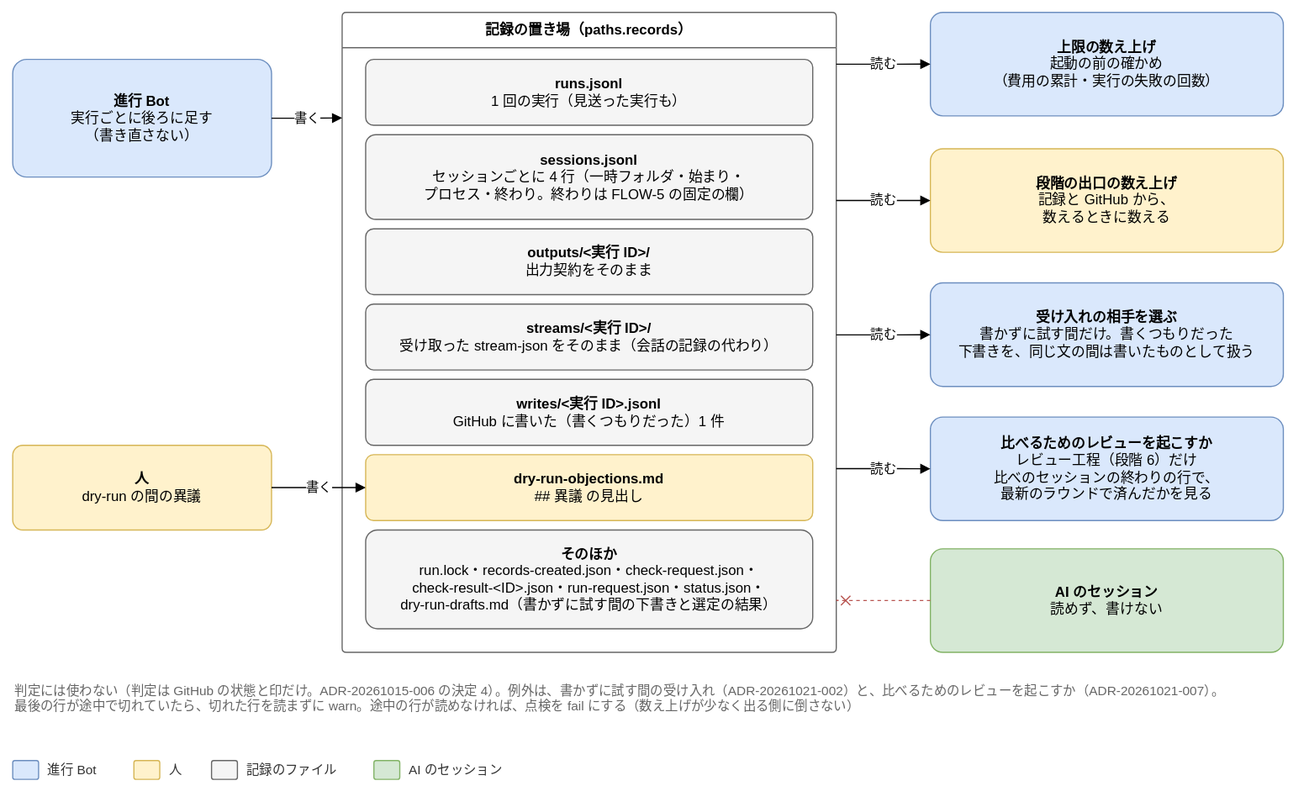
Above: docs/design/basic/diagrams/02-records.drawio.svg in Joymerrevent/dev-autopilot (draw.io), before the change. Source tidied: cells renumbered, new cells last; positions are measured from the earlier drawing's top-left corner, leaving out a move shared by most shapes.
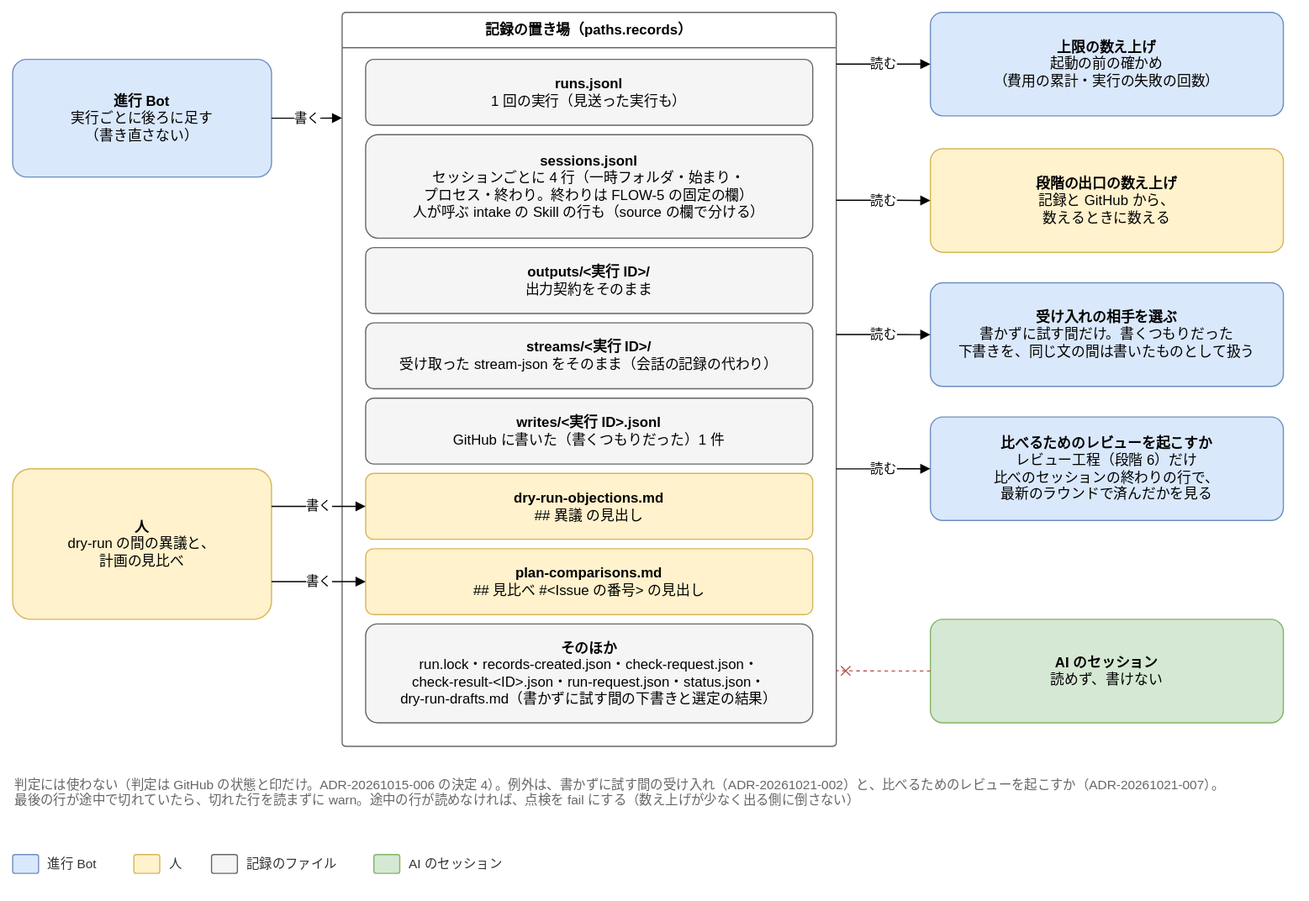
Later version of the same file.

What changed in the source:
```diff
@@ -5,34 +5,34 @@
     <mxCell id="2" value="&lt;b&gt;進行 Bot&lt;/b&gt;&lt;br&gt;実行ごとに後ろに足す&lt;br&gt;（書き直さない）" style="rounded=1;whiteSpace=wrap;html=1;fontSize=12;arcSize=12;spacing=12;fillColor=#dae8fc;strokeColor=#6c8ebf;" parent="1" vertex="1">
       <mxGeometry y="40" width="220" height="100" as="geometry" />
     </mxCell>
-    <mxCell id="3" value="&lt;b&gt;人&lt;/b&gt;&lt;br&gt;dry-run の間の異議" style="rounded=1;whiteSpace=wrap;html=1;fontSize=12;arcSize=12;spacing=12;fillColor=#fff2cc;strokeColor=#d6b656;" parent="1" vertex="1">
-      <mxGeometry y="368" width="220" height="72" as="geometry" />
+    <mxCell id="3" value="&lt;b&gt;人&lt;/b&gt;&lt;br&gt;dry-run の間の異議と、&lt;br&gt;計画の見比べ" style="rounded=1;whiteSpace=wrap;html=1;fontSize=12;arcSize=12;spacing=12;fillColor=#fff2cc;strokeColor=#d6b656;" parent="1" vertex="1">
+      <mxGeometry y="388" width="220" height="128" as="geometry" />
     </mxCell>
     <mxCell id="4" value="記録の置き場（paths.records）" style="swimlane;startSize=30;html=1;whiteSpace=wrap;rounded=1;arcSize=4;fontStyle=1;fontSize=12;strokeColor=#666666;fillColor=none;swimlaneFillColor=none;" parent="1" vertex="1">
-      <mxGeometry x="280" width="420" height="544" as="geometry" />
+      <mxGeometry x="280" width="420" height="624" as="geometry" />
     </mxCell>
     <mxCell id="5" value="&lt;b&gt;runs.jsonl&lt;/b&gt;&lt;br&gt;1 回の実行（見送った実行も）" style="rounded=1;whiteSpace=wrap;html=1;fontSize=12;arcSize=12;spacing=12;fillColor=#f5f5f5;strokeColor=#666666;" parent="1" vertex="1">
       <mxGeometry x="300" y="40" width="380" height="56" as="geometry" />
     </mxCell>
-    <mxCell id="6" value="&lt;b&gt;sessions.jsonl&lt;/b&gt;&lt;br&gt;セッションごとに 4 行（一時フォルダ・始まり・&lt;br&gt;プロセス・終わり。終わりは FLOW-5 の固定の欄）" style="rounded=1;whiteSpace=wrap;html=1;fontSize=12;arcSize=12;spacing=12;fillColor=#f5f5f5;strokeColor=#666666;" parent="1" vertex="1">
-      <mxGeometry x="300" y="104" width="380" height="72" as="geometry" />
+    <mxCell id="6" value="&lt;b&gt;sessions.jsonl&lt;/b&gt;&lt;br&gt;セッションごとに 4 行（一時フォルダ・始まり・&lt;br&gt;プロセス・終わり。終わりは FLOW-5 の固定の欄）&lt;br&gt;人が呼ぶ intake の Skill の行も（source の欄で分ける）" style="rounded=1;whiteSpace=wrap;html=1;fontSize=12;arcSize=12;spacing=12;fillColor=#f5f5f5;strokeColor=#666666;" parent="1" vertex="1">
+      <mxGeometry x="300" y="104" width="380" height="88" as="geometry" />
     </mxCell>
     <mxCell id="7" value="&lt;b&gt;outputs/&amp;lt;実行 ID&amp;gt;/&lt;/b&gt;&lt;br&gt;出力契約をそのまま" style="rounded=1;whiteSpace=wrap;html=1;fontSize=12;arcSize=12;spacing=12;fillColor=#f5f5f5;strokeColor=#666666;" parent="1" vertex="1">
-      <mxGeometry x="300" y="184" width="380" height="56" as="geometry" />
+      <mxGeometry x="300" y="200" width="380" height="56" as="geometry" />
     </mxCell>
     <mxCell id="8" value="&lt;b&gt;streams/&amp;lt;実行 ID&amp;gt;/&lt;/b&gt;&lt;br&gt;受け取った stream-json をそのまま（会話の記録の代わり）" style="rounded=1;whiteSpace=wrap;html=1;fontSize=12;arcSize=12;spacing=12;fillColor=#f5f5f5;strokeColor=#666666;" parent="1" vertex="1">
-      <mxGeometry x="300" y="248" width="380" height="56" as="geometry" />
+      <mxGeometry x="300" y="264" width="380" height="56" as="geometry" />
     </mxCell>
     <mxCell id="9" value="&lt;b&gt;writes/&amp;lt;実行 ID&amp;gt;.jsonl&lt;/b&gt;&lt;br&gt;GitHub に書いた（書くつもりだった）1 件" style="rounded=1;whiteSpace=wrap;html=1;fontSize=12;arcSize=12;spacing=12;fillColor=#f5f5f5;strokeColor=#666666;" parent="1" vertex="1">
-      <mxGeometry x="300" y="312" width="380" height="56" as="geometry" />
+      <mxGeometry x="300" y="328" width="380" height="56" as="geometry" />
     </mxCell>
     <mxCell id="10" value="&lt;b&gt;dry-run-objections.md&lt;/b&gt;&lt;br&gt;## 異議 の見出し" style="rounded=1;whiteSpace=wrap;html=1;fontSize=12;arcSize=12;spacing=12;fillColor=#fff2cc;strokeColor=#d6b656;" parent="1" vertex="1">
-      <mxGeometry x="300" y="376" width="380" height="56" as="geometry" />
+      <mxGeometry x="300" y="392" width="380" height="56" as="geometry" />
     </mxCell>
-    <mxCell id="11" value="書く" style="edgeStyle=orthogonalEdgeStyle;rounded=1;html=1;endArrow=block;endFill=1;fontSize=11;labelBackgroundColor=#ffffff;exitX=1;exitY=0.5;exitDx=0;exitDy=0;entryX=0;entryDx=0;entryDy=0;entryY=0.165;" parent="1" edge="1" source="2" target="4">
+    <mxCell id="11" value="書く" style="edgeStyle=orthogonalEdgeStyle;rounded=1;html=1;endArrow=block;endFill=1;fontSize=11;labelBackgroundColor=#ffffff;exitX=1;exitY=0.5;exitDx=0;exitDy=0;entryX=0;entryDx=0;entryDy=0;entryY=0.144;" parent="1" edge="1" source="2" target="4">
       <mxGeometry relative="1" as="geometry" />
     </mxCell>
-    <mxCell id="12" value="書く" style="edgeStyle=orthogonalEdgeStyle;rounded=1;html=1;endArrow=block;endFill=1;fontSize=11;labelBackgroundColor=#ffffff;exitX=1;exitY=0.5;exitDx=0;exitDy=0;entryX=0;entryY=0.5;entryDx=0;entryDy=0;" parent="1" edge="1" source="3" target="10">
+    <mxCell id="12" value="書く" style="edgeStyle=orthogonalEdgeStyle;rounded=1;html=1;endArrow=block;endFill=1;fontSize=11;labelBackgroundColor=#ffffff;exitX=1;exitY=0.25;exitDx=0;exitDy=0;entryX=0;entryY=0.5;entryDx=0;entryDy=0;" parent="1" edge="1" source="3" target="10">
       <mxGeometry relative="1" as="geometry" />
     </mxCell>
     <mxCell id="13" value="&lt;b&gt;上限の数え上げ&lt;/b&gt;&lt;br&gt;起動の前の確かめ&lt;br&gt;（費用の累計・実行の失敗の回数）" style="rounded=1;whiteSpace=wrap;html=1;fontSize=12;arcSize=12;spacing=12;fillColor=#dae8fc;strokeColor=#6c8ebf;" parent="1" vertex="1">
@@ -42,58 +42,64 @@
       <mxGeometry x="780" y="116" width="300" height="88" as="geometry" />
     </mxCell>
     <mxCell id="15" value="&lt;b&gt;AI のセッション&lt;/b&gt;&lt;br&gt;読めず、書けない" style="rounded=1;whiteSpace=wrap;html=1;fontSize=12;arcSize=12;spacing=12;fillColor=#d5e8d4;strokeColor=#82b366;" parent="1" vertex="1">
-      <mxGeometry x="780" y="456" width="300" height="88" as="geometry" />
+      <mxGeometry x="780" y="516" width="300" height="88" as="geometry" />
     </mxCell>
-    <mxCell id="16" value="読む" style="edgeStyle=orthogonalEdgeStyle;rounded=1;html=1;endArrow=block;endFill=1;fontSize=11;labelBackgroundColor=#ffffff;exitX=1;exitDx=0;exitDy=0;entryX=0;entryY=0.5;entryDx=0;entryDy=0;exitY=0.081;" parent="1" edge="1" source="4" target="13">
+    <mxCell id="16" value="読む" style="edgeStyle=orthogonalEdgeStyle;rounded=1;html=1;endArrow=block;endFill=1;fontSize=11;labelBackgroundColor=#ffffff;exitX=1;exitDx=0;exitDy=0;entryX=0;entryY=0.5;entryDx=0;entryDy=0;exitY=0.0705;" parent="1" edge="1" source="4" target="13">
       <mxGeometry relative="1" as="geometry" />
     </mxCell>
-    <mxCell id="17" value="読む" style="edgeStyle=orthogonalEdgeStyle;rounded=1;html=1;endArrow=block;endFill=1;fontSize=11;labelBackgroundColor=#ffffff;exitX=1;exitDx=0;exitDy=0;entryX=0;entryY=0.5;entryDx=0;entryDy=0;exitY=0.294;" parent="1" edge="1" source="4" target="14">
+    <mxCell id="17" value="読む" style="edgeStyle=orthogonalEdgeStyle;rounded=1;html=1;endArrow=block;endFill=1;fontSize=11;labelBackgroundColor=#ffffff;exitX=1;exitDx=0;exitDy=0;entryX=0;entryY=0.5;entryDx=0;entryDy=0;exitY=0.256;" parent="1" edge="1" source="4" target="14">
       <mxGeometry relative="1" as="geometry" />
     </mxCell>
-    <mxCell id="18" style="edgeStyle=orthogonalEdgeStyle;rounded=1;html=1;endArrow=block;endFill=1;fontSize=11;labelBackgroundColor=#ffffff;dashed=1;strokeColor=#b85450;fontColor=#b85450;endArrow=cross;endFill=0;exitX=0;exitY=0.5;exitDx=0;exitDy=0;entryX=1;entryDx=0;entryDy=0;entryY=0.919;" parent="1" edge="1" source="15" target="4">
+    <mxCell id="18" style="edgeStyle=orthogonalEdgeStyle;rounded=1;html=1;endArrow=block;endFill=1;fontSize=11;labelBackgroundColor=#ffffff;dashed=1;strokeColor=#b85450;fontColor=#b85450;endArrow=cross;endFill=0;exitX=0;exitY=0.5;exitDx=0;exitDy=0;entryX=1;entryDx=0;entryDy=0;entryY=0.897;" parent="1" edge="1" source="15" target="4">
       <mxGeometry relative="1" as="geometry" />
     </mxCell>
     <mxCell id="19" value="判定には使わない（判定は GitHub の状態と印だけ。ADR-20261015-006 の決定 4）。例外は、書かずに試す間の受け入れ（ADR-20261021-002）と、比べるためのレビューを起こすか（ADR-20261021-007）。&lt;br&gt;最後の行が途中で切れていたら、切れた行を読まずに warn。途中の行が読めなければ、点検を fail にする（数え上げが少なく出る側に倒さない）" style="text;html=1;whiteSpace=wrap;align=left;verticalAlign=top;fontSize=11;fontColor=#666666;" parent="1" vertex="1">
-      <mxGeometry y="564" width="1080" height="54" as="geometry" />
+      <mxGeometry y="644" width="1080" height="54" as="geometry" />
     </mxCell>
     <mxCell id="20" value="&lt;b&gt;そのほか&lt;/b&gt;&lt;br&gt;run.lock・records-created.json・check-request.json・&lt;br&gt;check-result-&amp;lt;ID&amp;gt;.json・run-request.json・status.json・&lt;br&gt;dry-run-drafts.md（書かずに試す間の下書きと選定の結果）" style="rounded=1;whiteSpace=wrap;html=1;fontSize=12;arcSize=12;spacing=12;fillColor=#f5f5f5;strokeColor=#666666;" parent="1" vertex="1">
-      <mxGeometry x="300" y="440" width="380" height="84" as="geometry" />
+      <mxGeometry x="300" y="520" width="380" height="84" as="geometry" />
     </mxCell>
     <mxCell id="21" style="rounded=1;whiteSpace=wrap;html=1;fontSize=12;arcSize=12;spacing=12;fillColor=#dae8fc;strokeColor=#6c8ebf;" parent="1" vertex="1">
-      <mxGeometry y="636" width="22" height="16" as="geometry" />
+      <mxGeometry y="716" width="22" height="16" as="geometry" />
     </mxCell>
     <mxCell id="22" value="進行 Bot" style="text;html=1;align=left;verticalAlign=middle;fontSize=11;fontColor=#333333;" parent="1" vertex="1">
-      <mxGeometry x="28" y="634" width="59" height="20" as="geometry" />
+      <mxGeometry x="28" y="714" width="59" height="20" as="geometry" />
     </mxCell>
     <mxCell id="23" style="rounded=1;whiteSpace=wrap;html=1;fontSize=12;arcSize=12;spacing=12;fillColor=#fff2cc;strokeColor=#d6b656;" parent="1" vertex="1">
-      <mxGeometry x="103" y="636" width="22" height="16" as="geometry" />
+      <mxGeometry x="103" y="716" width="22" height="16" as="geometry" />
     </mxCell>
     <mxCell id="24" value="人" style="text;html=1;align=left;verticalAlign=middle;fontSize=11;fontColor=#333333;" parent="1" vertex="1">
-      <mxGeometry x="131" y="634" width="22" height="20" as="geometry" />
+      <mxGeometry x="131" y="714" width="22" height="20" as="geometry" />
     </mxCell>
     <mxCell id="25" style="rounded=1;whiteSpace=wrap;html=1;fontSize=12;arcSize=12;spacing=12;fillColor=#f5f5f5;strokeColor=#666666;" parent="1" vertex="1">
-      <mxGeometry x="169" y="636" width="22" height="16" as="geometry" />
+      <mxGeometry x="169" y="716" width="22" height="16" as="geometry" />
     </mxCell>
     <mxCell id="26" value="記録のファイル" style="text;html=1;align=left;verticalAlign=middle;fontSize=11;fontColor=#333333;" parent="1" vertex="1">
-      <mxGeometry x="197" y="634" width="94" height="20" as="geometry" />
+      <mxGeometry x="197" y="714" width="94" height="20" as="geometry" />
     </mxCell>
     <mxCell id="27" style="rounded=1;whiteSpace=wrap;html=1;fontSize=12;arcSize=12;spacing=12;fillColor=#d5e8d4;strokeColor=#82b366;" parent="1" vertex="1">
-      <mxGeometry x="307" y="636" width="22" height="16" as="geometry" />
+      <mxGeometry x="307" y="716" width="22" height="16" as="geometry" />
     </mxCell>
     <mxCell id="28" value="AI のセッション" style="text;html=1;align=left;verticalAlign=middle;fontSize=11;fontColor=#333333;" parent="1" vertex="1">
-      <mxGeometry x="335" y="634" width="100" height="20" as="geometry" />
+      <mxGeometry x="335" y="714" width="100" height="20" as="geometry" />
     </mxCell>
     <mxCell id="29" value="&lt;b&gt;受け入れの相手を選ぶ&lt;/b&gt;&lt;br&gt;書かずに試す間だけ。書くつもりだった&lt;br&gt;下書きを、同じ文の間は書いたものとして扱う" style="rounded=1;whiteSpace=wrap;html=1;fontSize=12;arcSize=12;spacing=12;fillColor=#dae8fc;strokeColor=#6c8ebf;" parent="1" vertex="1">
       <mxGeometry x="780" y="230" width="300" height="88" as="geometry" />
     </mxCell>
-    <mxCell id="30" value="読む" style="edgeStyle=orthogonalEdgeStyle;rounded=1;html=1;endArrow=block;endFill=1;fontSize=11;labelBackgroundColor=#ffffff;exitX=1;exitY=0.504;exitDx=0;exitDy=0;entryX=0;entryY=0.5;entryDx=0;entryDy=0;" parent="1" edge="1" source="4" target="29">
+    <mxCell id="30" value="読む" style="edgeStyle=orthogonalEdgeStyle;rounded=1;html=1;endArrow=block;endFill=1;fontSize=11;labelBackgroundColor=#ffffff;exitX=1;exitY=0.439;exitDx=0;exitDy=0;entryX=0;entryY=0.5;entryDx=0;entryDy=0;" parent="1" edge="1" source="4" target="29">
       <mxGeometry relative="1" as="geometry" />
     </mxCell>
     <mxCell id="31" value="&lt;b&gt;比べるためのレビューを起こすか&lt;/b&gt;&lt;br&gt;レビュー工程（段階 6）だけ&lt;br&gt;比べのセッションの終わりの行で、&lt;br&gt;最新のラウンドで済んだかを見る" style="rounded=1;whiteSpace=wrap;html=1;fontSize=12;arcSize=12;spacing=12;fillColor=#dae8fc;strokeColor=#6c8ebf;" parent="1" vertex="1">
       <mxGeometry x="780" y="344" width="300" height="88" as="geometry" />
     </mxCell>
-    <mxCell id="32" value="読む" style="edgeStyle=orthogonalEdgeStyle;rounded=1;html=1;endArrow=block;endFill=1;fontSize=11;labelBackgroundColor=#ffffff;exitX=1;exitY=0.713;exitDx=0;exitDy=0;entryX=0;entryY=0.5;entryDx=0;entryDy=0;" parent="1" edge="1" source="4" target="31">
+    <mxCell id="32" value="読む" style="edgeStyle=orthogonalEdgeStyle;rounded=1;html=1;endArrow=block;endFill=1;fontSize=11;labelBackgroundColor=#ffffff;exitX=1;exitY=0.622;exitDx=0;exitDy=0;entryX=0;entryY=0.5;entryDx=0;entryDy=0;" parent="1" edge="1" source="4" target="31">
       <mxGeometry relative="1" as="geometry" />
     </mxCell>
+    <mxCell id="33" value="&lt;b&gt;plan-comparisons.md&lt;/b&gt;&lt;br&gt;## 見比べ #&amp;lt;Issue の番号&amp;gt; の見出し" style="rounded=1;whiteSpace=wrap;html=1;fontSize=12;arcSize=12;spacing=12;fillColor=#fff2cc;strokeColor=#d6b656;" parent="1" vertex="1">
+      <mxGeometry x="300" y="456" width="380" height="56" as="geometry" />
+    </mxCell>
+    <mxCell id="34" value="書く" style="edgeStyle=orthogonalEdgeStyle;rounded=1;html=1;endArrow=block;endFill=1;fontSize=11;labelBackgroundColor=#ffffff;exitX=1;exitY=0.75;exitDx=0;exitDy=0;entryX=0;entryY=0.5;entryDx=0;entryDy=0;" parent="1" edge="1" source="3" target="33">
+      <mxGeometry relative="1" as="geometry" />
+    </mxCell>
   </root>
 </mxGraphModel>
```
